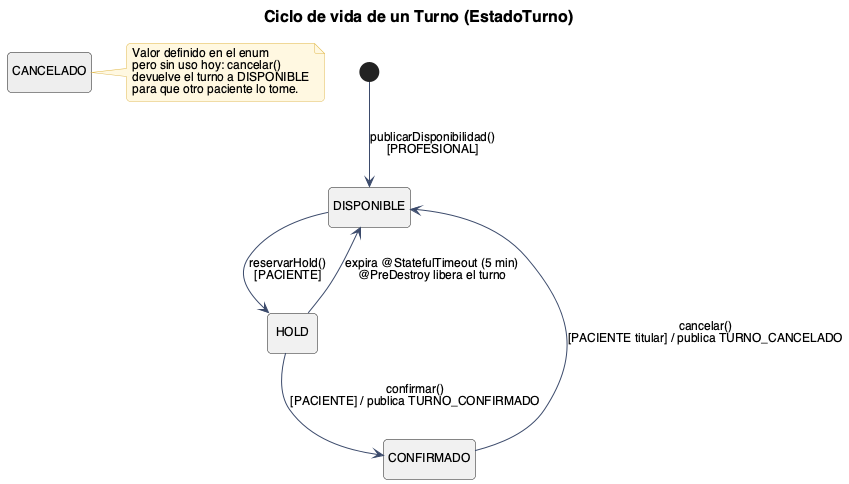
Earlier version of the PlantUML export docs/diagramas/06-estados-turno.png (ToxicWork/MediConecta).
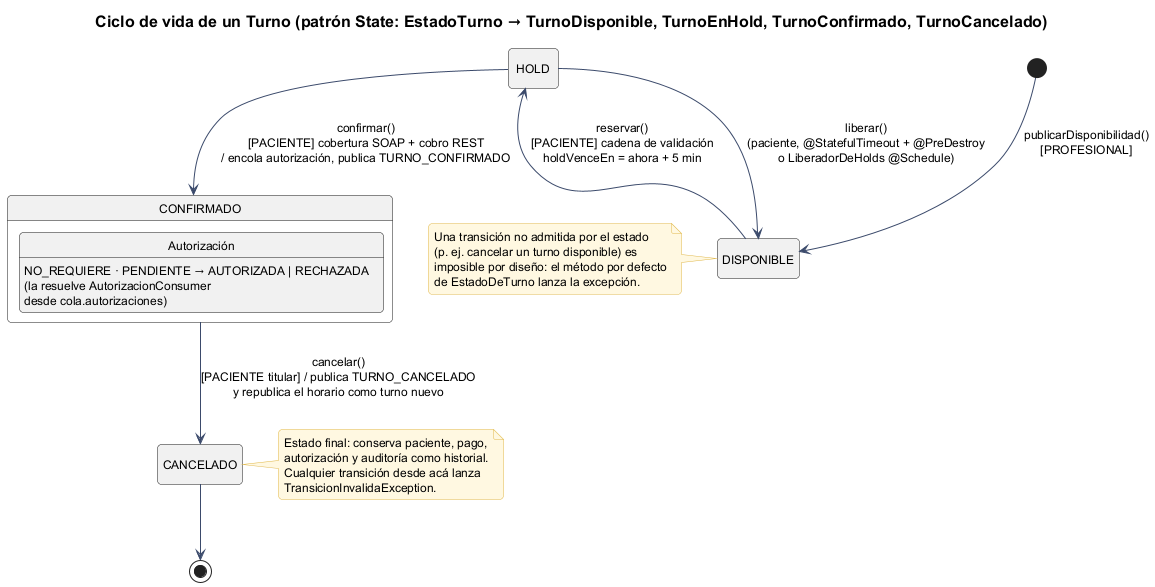
After the commit.

The edit, as a diff of the source:
```diff
@@ -1,19 +1,31 @@
 @startuml 06-estados-turno
 !include _estilo.iuml
-title Ciclo de vida de un Turno (EstadoTurno)
+title Ciclo de vida de un Turno (patrón State: EstadoTurno → TurnoDisponible, TurnoEnHold, TurnoConfirmado, TurnoCancelado)
 hide empty description
 
 [*] --> DISPONIBLE : publicarDisponibilidad()\n[PROFESIONAL]
-DISPONIBLE --> HOLD : reservarHold()\n[PACIENTE]
-HOLD --> CONFIRMADO : confirmar()\n[PACIENTE] / publica TURNO_CONFIRMADO
-HOLD --> DISPONIBLE : expira @StatefulTimeout (5 min)\n@PreDestroy libera el turno
-CONFIRMADO --> DISPONIBLE : cancelar()\n[PACIENTE titular] / publica TURNO_CANCELADO
+DISPONIBLE --> HOLD : reservar()\n[PACIENTE] cadena de validación\nholdVenceEn = ahora + 5 min
+HOLD --> CONFIRMADO : confirmar()\n[PACIENTE] cobertura SOAP + cobro REST\n/ encola autorización, publica TURNO_CONFIRMADO
+HOLD --> DISPONIBLE : liberar()\n(paciente, @StatefulTimeout + @PreDestroy\no LiberadorDeHolds @Schedule)
+CONFIRMADO --> CANCELADO : cancelar()\n[PACIENTE titular] / publica TURNO_CANCELADO\ny republica el horario como turno nuevo
+CANCELADO --> [*]
 
-state CANCELADO #EEEEEE
+state CONFIRMADO {
+  state "Autorización" as AUT
+  AUT : NO_REQUIERE · PENDIENTE → AUTORIZADA | RECHAZADA
+  AUT : (la resuelve AutorizacionConsumer\ndesde cola.autorizaciones)
+}
+
 note right of CANCELADO
-  Valor definido en el enum
-  pero sin uso hoy: cancelar()
-  devuelve el turno a DISPONIBLE
-  para que otro paciente lo tome.
+  Estado final: conserva paciente, pago,
+  autorización y auditoría como historial.
+  Cualquier transición desde acá lanza
+  TransicionInvalidaException.
+end note
+note left of DISPONIBLE
+  Una transición no admitida por el estado
+  (p. ej. cancelar un turno disponible) es
+  imposible por diseño: el método por defecto
+  de EstadoDeTurno lanza la excepción.
 end note
 @enduml
```
